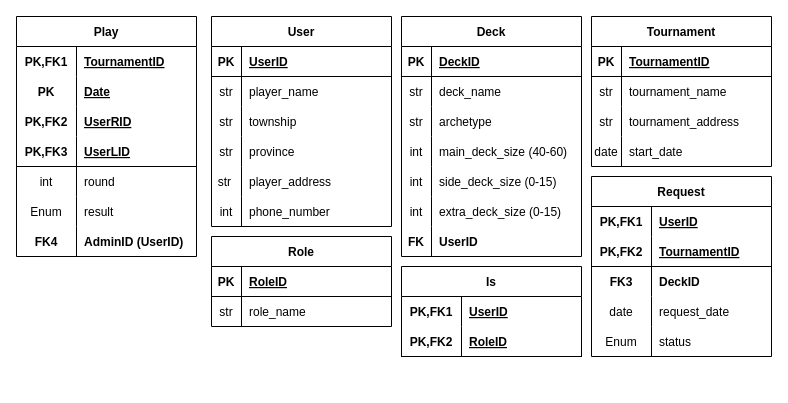
chavely15k/yu_gi_oh keeps this draw.io diagram as database_design/table.drawio. Above is the earlier version. Source tidied: cells renumbered, new cells numbered last; positions are measured from the earlier drawing's top-left corner, leaving out a move shared by most shapes. Both pictures are drawn from the tidied source at 100%, with x=0, y=0 at pixel (16, 16).
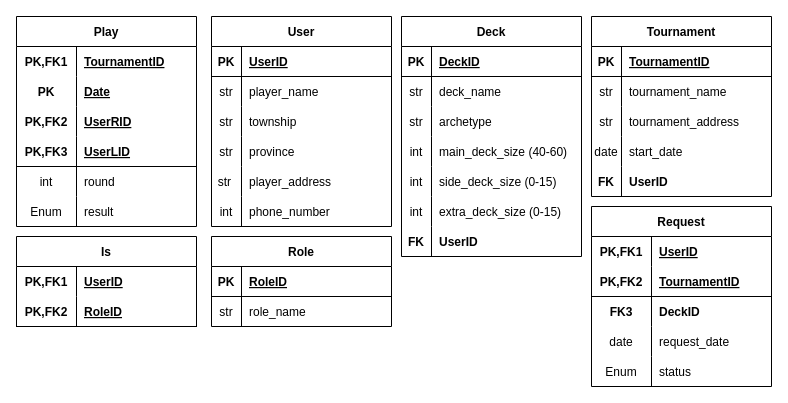
After the change.

What changed in the source:
```diff
@@
     <mxCell id="43" value="Tournament" style="shape=table;startSize=30;childLayout=tableLayout;rowLines=0;fontStyle=1;align=center;" parent="1" vertex="1">
-      <mxGeometry x="575" width="180" height="150" as="geometry" />
+      <mxGeometry x="575" width="180" height="180" as="geometry" />
     </mxCell>
@@
+    <mxCell id="108" style="shape=tableRow;horizontal=0;startSize=0;swimlaneHead=0;swimlaneBody=0;fillColor=none;top=0;left=0;right=0;bottom=0;" parent="43" vertex="1">
+      <mxGeometry y="150" width="180" height="30" as="geometry" />
+    </mxCell>
+    <mxCell id="109" value="FK" style="shape=partialRectangle;fillColor=none;top=0;left=0;bottom=0;right=0;overflow=hidden;fontStyle=1;" parent="108" vertex="1">
+      <mxGeometry width="30" height="30" as="geometry" />
+    </mxCell>
+    <mxCell id="110" value="UserID" style="shape=partialRectangle;fillColor=none;top=0;left=0;bottom=0;right=0;align=left;spacingLeft=6;overflow=hidden;fontStyle=1;" parent="108" vertex="1">
+      <mxGeometry x="30" width="150" height="30" as="geometry" />
+    </mxCell>
@@
     <mxCell id="63" value="Play" style="shape=table;startSize=30;childLayout=tableLayout;rowLines=0;fontStyle=1;align=center;" parent="1" vertex="1">
-      <mxGeometry width="180" height="240" as="geometry" />
+      <mxGeometry width="180" height="210" as="geometry" />
     </mxCell>
@@
-    <mxCell id="82" style="shape=tableRow;horizontal=0;startSize=0;swimlaneHead=0;swimlaneBody=0;fillColor=none;top=0;left=0;right=0;bottom=0;" parent="63" vertex="1">
-      <mxGeometry y="210" width="180" height="30" as="geometry" />
-    </mxCell>
-    <mxCell id="83" value="FK4" style="shape=partialRectangle;fillColor=none;top=0;left=0;bottom=0;right=0;overflow=hidden;fontStyle=1;" parent="82" vertex="1">
-      <mxGeometry width="60" height="30" as="geometry" />
-    </mxCell>
-    <mxCell id="84" value="AdminID (UserID)" style="shape=partialRectangle;fillColor=none;top=0;left=0;bottom=0;right=0;align=left;spacingLeft=6;overflow=hidden;fontStyle=1;" parent="82" vertex="1">
-      <mxGeometry x="60" width="120" height="30" as="geometry" />
-    </mxCell>
     <mxCell id="85" value="Request" style="shape=table;startSize=30;childLayout=tableLayout;rowLines=0;fontStyle=1;align=center;" parent="1" vertex="1">
-      <mxGeometry x="575" y="160" width="180" height="180" as="geometry" />
+      <mxGeometry x="575" y="190" width="180" height="180" as="geometry" />
     </mxCell>
@@
     <mxCell id="101" value="Is" style="shape=table;startSize=30;childLayout=tableLayout;rowLines=0;fontStyle=1;align=center;" parent="1" vertex="1">
-      <mxGeometry x="385" y="250" width="180" height="90" as="geometry" />
+      <mxGeometry y="220" width="180" height="90" as="geometry" />
     </mxCell>
```
